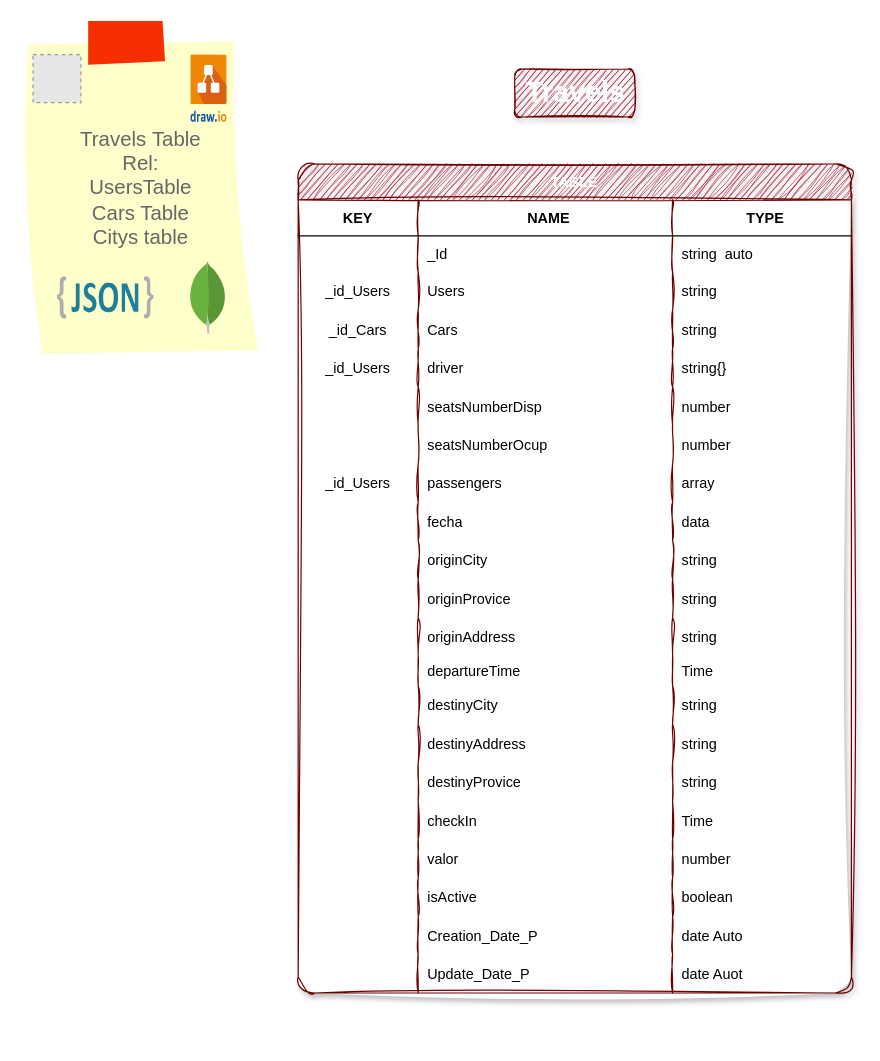
Above: page "Travels" (5 of 9) of server/diseños/EstructuraDB.drawio in No-Country-simulation/c17-29-n-node (draw.io), before the change. Source tidied: cells renumbered, new cells numbered last; positions are measured from the earlier drawing's top-left corner, leaving out a move shared by most shapes. Both pictures are drawn from the tidied source at 120%, with x=0, y=0 at pixel (20, 20). Pictures stored in the file or linked from it are replaced by grey dashed boxes.
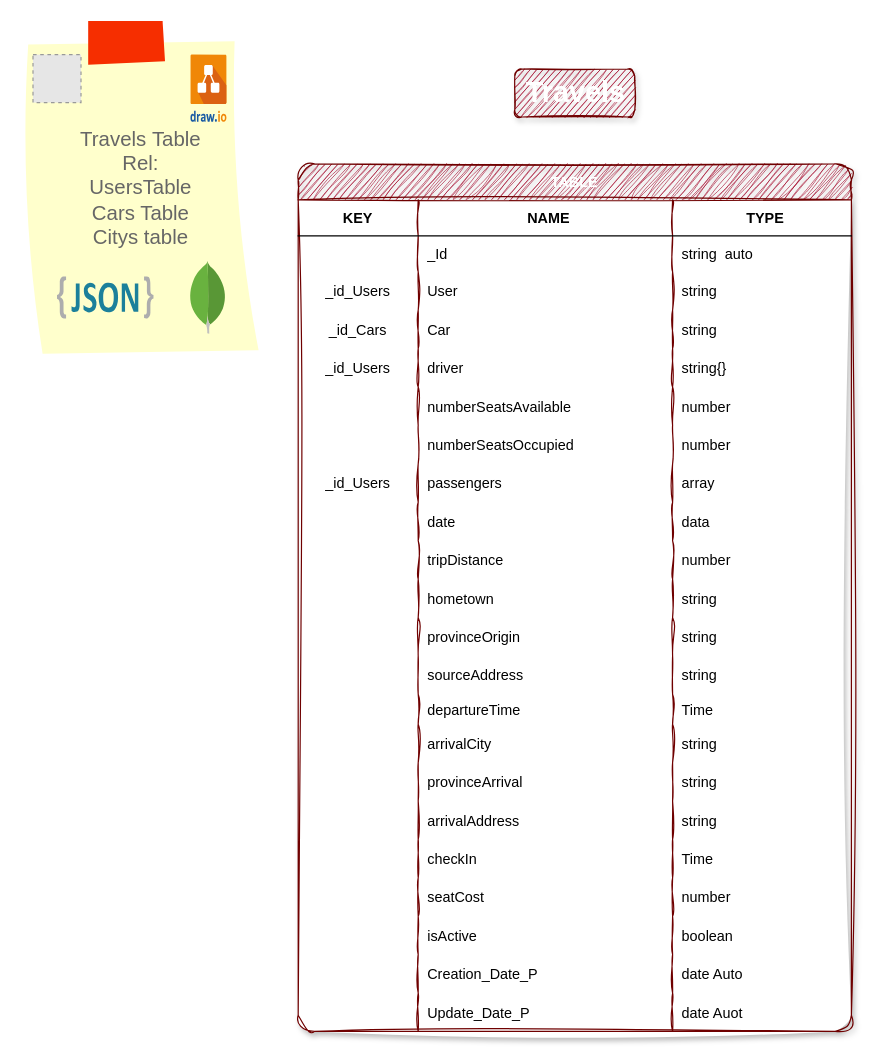
After the change.

The change refers to these unchanged cells:
```xml
<mxCell id="11" style="shape=tableRow;horizontal=0;startSize=0;swimlaneHead=0;swimlaneBody=0;fillColor=none;top=0;left=0;right=0;bottom=0;" parent="2" vertex="1">
  <mxGeometry y="90" width="461" height="32" as="geometry" />
</mxCell>
<mxCell id="15" style="shape=tableRow;horizontal=0;startSize=0;swimlaneHead=0;swimlaneBody=0;fillColor=none;top=0;left=0;right=0;bottom=0;" parent="2" vertex="1">
  <mxGeometry y="122" width="461" height="32" as="geometry" />
</mxCell>
<mxCell id="23" style="shape=tableRow;horizontal=0;startSize=0;swimlaneHead=0;swimlaneBody=0;fillColor=none;top=0;left=0;right=0;bottom=0;" parent="2" vertex="1">
  <mxGeometry y="186" width="461" height="32" as="geometry" />
</mxCell>
<mxCell id="27" style="shape=tableRow;horizontal=0;startSize=0;swimlaneHead=0;swimlaneBody=0;fillColor=none;top=0;left=0;right=0;bottom=0;" parent="2" vertex="1">
  <mxGeometry y="218" width="461" height="32" as="geometry" />
</mxCell>
<mxCell id="35" style="shape=tableRow;horizontal=0;startSize=0;swimlaneHead=0;swimlaneBody=0;fillColor=none;top=0;left=0;right=0;bottom=0;" parent="2" vertex="1">
  <mxGeometry y="282" width="461" height="32" as="geometry" />
</mxCell>
```

Change to the diagram source:
```diff
@@
     <mxCell id="2" value="TABLE" style="shape=table;startSize=30;childLayout=tableLayout;rowLines=0;fontStyle=1;align=center;swimlaneFillColor=default;fillColor=#a20025;fontColor=#ffffff;strokeColor=#6F0000;sketch=1;curveFitting=1;jiggle=2;swimlaneLine=1;rounded=1;shadow=1;" parent="1" vertex="1">
-      <mxGeometry x="231" y="119" width="461" height="691" as="geometry" />
+      <mxGeometry x="231" y="119" width="461" height="723" as="geometry" />
     </mxCell>
@@
-    <mxCell id="13" value="Users" style="shape=partialRectangle;fillColor=none;top=0;left=0;bottom=0;right=0;align=left;spacingLeft=6;overflow=hidden;" parent="11" vertex="1">
+    <mxCell id="13" value="User" style="shape=partialRectangle;fillColor=none;top=0;left=0;bottom=0;right=0;align=left;spacingLeft=6;overflow=hidden;" parent="11" vertex="1">
       <mxGeometry x="100" width="212" height="32" as="geometry" />
     </mxCell>
@@
-    <mxCell id="17" value="Cars" style="shape=partialRectangle;fillColor=none;top=0;left=0;bottom=0;right=0;align=left;spacingLeft=6;overflow=hidden;" parent="15" vertex="1">
+    <mxCell id="17" value="Car" style="shape=partialRectangle;fillColor=none;top=0;left=0;bottom=0;right=0;align=left;spacingLeft=6;overflow=hidden;" parent="15" vertex="1">
       <mxGeometry x="100" width="212" height="32" as="geometry" />
     </mxCell>
@@
-    <mxCell id="25" value="seatsNumberDisp" style="shape=partialRectangle;fillColor=none;top=0;left=0;bottom=0;right=0;align=left;spacingLeft=6;overflow=hidden;" parent="23" vertex="1">
+    <mxCell id="25" value="numberSeatsAvailable" style="shape=partialRectangle;fillColor=none;top=0;left=0;bottom=0;right=0;align=left;spacingLeft=6;overflow=hidden;" parent="23" vertex="1">
       <mxGeometry x="100" width="212" height="32" as="geometry" />
     </mxCell>
@@
-    <mxCell id="29" value="seatsNumberOcup" style="shape=partialRectangle;fillColor=none;top=0;left=0;bottom=0;right=0;align=left;spacingLeft=6;overflow=hidden;" parent="27" vertex="1">
+    <mxCell id="29" value="numberSeatsOccupied" style="shape=partialRectangle;fillColor=none;top=0;left=0;bottom=0;right=0;align=left;spacingLeft=6;overflow=hidden;" parent="27" vertex="1">
       <mxGeometry x="100" width="212" height="32" as="geometry" />
     </mxCell>
@@
-    <mxCell id="37" value="fecha " style="shape=partialRectangle;fillColor=none;top=0;left=0;bottom=0;right=0;align=left;spacingLeft=6;overflow=hidden;" parent="35" vertex="1">
+    <mxCell id="37" value="date" style="shape=partialRectangle;fillColor=none;top=0;left=0;bottom=0;right=0;align=left;spacingLeft=6;overflow=hidden;" parent="35" vertex="1">
       <mxGeometry x="100" width="212" height="32" as="geometry" />
     </mxCell>
@@
+    <mxCell id="94" style="shape=tableRow;horizontal=0;startSize=0;swimlaneHead=0;swimlaneBody=0;fillColor=none;top=0;left=0;right=0;bottom=0;" parent="2" vertex="1">
+      <mxGeometry y="314" width="461" height="32" as="geometry" />
+    </mxCell>
+    <mxCell id="95" style="shape=partialRectangle;fillColor=none;top=0;left=0;bottom=0;right=0;overflow=hidden;" parent="94" vertex="1">
+      <mxGeometry width="100" height="32" as="geometry" />
+    </mxCell>
+    <mxCell id="96" value="tripDistance" style="shape=partialRectangle;fillColor=none;top=0;left=0;bottom=0;right=0;align=left;spacingLeft=6;overflow=hidden;" parent="94" vertex="1">
+      <mxGeometry x="100" width="212" height="32" as="geometry" />
+    </mxCell>
+    <mxCell id="97" value="number" style="shape=partialRectangle;fillColor=none;top=0;left=0;bottom=0;right=0;align=left;spacingLeft=6;overflow=hidden;" parent="94" vertex="1">
+      <mxGeometry x="312" width="149" height="32" as="geometry" />
+    </mxCell>
     <mxCell id="39" style="shape=tableRow;horizontal=0;startSize=0;swimlaneHead=0;swimlaneBody=0;fillColor=none;top=0;left=0;right=0;bottom=0;" parent="2" vertex="1">
-      <mxGeometry y="314" width="461" height="32" as="geometry" />
+      <mxGeometry y="346" width="461" height="32" as="geometry" />
     </mxCell>
@@
-    <mxCell id="41" value="originCity" style="shape=partialRectangle;fillColor=none;top=0;left=0;bottom=0;right=0;align=left;spacingLeft=6;overflow=hidden;" parent="39" vertex="1">
+    <mxCell id="41" value="hometown" style="shape=partialRectangle;fillColor=none;top=0;left=0;bottom=0;right=0;align=left;spacingLeft=6;overflow=hidden;" parent="39" vertex="1">
       <mxGeometry x="100" width="212" height="32" as="geometry" />
     </mxCell>
@@
     <mxCell id="43" style="shape=tableRow;horizontal=0;startSize=0;swimlaneHead=0;swimlaneBody=0;fillColor=none;top=0;left=0;right=0;bottom=0;" parent="2" vertex="1">
-      <mxGeometry y="346" width="461" height="32" as="geometry" />
+      <mxGeometry y="378" width="461" height="32" as="geometry" />
     </mxCell>
@@
-    <mxCell id="45" value="originProvice" style="shape=partialRectangle;fillColor=none;top=0;left=0;bottom=0;right=0;align=left;spacingLeft=6;overflow=hidden;" parent="43" vertex="1">
+    <mxCell id="45" value="provinceOrigin" style="shape=partialRectangle;fillColor=none;top=0;left=0;bottom=0;right=0;align=left;spacingLeft=6;overflow=hidden;" parent="43" vertex="1">
       <mxGeometry x="100" width="212" height="32" as="geometry" />
     </mxCell>
@@
     <mxCell id="47" style="shape=tableRow;horizontal=0;startSize=0;swimlaneHead=0;swimlaneBody=0;fillColor=none;top=0;left=0;right=0;bottom=0;" parent="2" vertex="1">
-      <mxGeometry y="378" width="461" height="32" as="geometry" />
+      <mxGeometry y="410" width="461" height="32" as="geometry" />
     </mxCell>
@@
-    <mxCell id="49" value="originAddress" style="shape=partialRectangle;fillColor=none;top=0;left=0;bottom=0;right=0;align=left;spacingLeft=6;overflow=hidden;" parent="47" vertex="1">
+    <mxCell id="49" value="sourceAddress" style="shape=partialRectangle;fillColor=none;top=0;left=0;bottom=0;right=0;align=left;spacingLeft=6;overflow=hidden;" parent="47" vertex="1">
       <mxGeometry x="100" width="212" height="32" as="geometry" />
     </mxCell>
@@
     <mxCell id="51" style="shape=tableRow;horizontal=0;startSize=0;swimlaneHead=0;swimlaneBody=0;fillColor=none;top=0;left=0;right=0;bottom=0;" parent="2" vertex="1">
-      <mxGeometry y="410" width="461" height="25" as="geometry" />
+      <mxGeometry y="442" width="461" height="25" as="geometry" />
     </mxCell>
@@
     <mxCell id="55" style="shape=tableRow;horizontal=0;startSize=0;swimlaneHead=0;swimlaneBody=0;fillColor=none;top=0;left=0;right=0;bottom=0;" parent="2" vertex="1">
-      <mxGeometry y="435" width="461" height="32" as="geometry" />
+      <mxGeometry y="467" width="461" height="32" as="geometry" />
     </mxCell>
@@
-    <mxCell id="57" value="destinyCity" style="shape=partialRectangle;fillColor=none;top=0;left=0;bottom=0;right=0;align=left;spacingLeft=6;overflow=hidden;" parent="55" vertex="1">
+    <mxCell id="57" value="arrivalCity" style="shape=partialRectangle;fillColor=none;top=0;left=0;bottom=0;right=0;align=left;spacingLeft=6;overflow=hidden;" parent="55" vertex="1">
       <mxGeometry x="100" width="212" height="32" as="geometry" />
     </mxCell>
@@
+    <mxCell id="63" style="shape=tableRow;horizontal=0;startSize=0;swimlaneHead=0;swimlaneBody=0;fillColor=none;top=0;left=0;right=0;bottom=0;" parent="2" vertex="1">
+      <mxGeometry y="499" width="461" height="32" as="geometry" />
+    </mxCell>
+    <mxCell id="64" style="shape=partialRectangle;fillColor=none;top=0;left=0;bottom=0;right=0;overflow=hidden;" parent="63" vertex="1">
+      <mxGeometry width="100" height="32" as="geometry" />
+    </mxCell>
+    <mxCell id="65" value="provinceArrival" style="shape=partialRectangle;fillColor=none;top=0;left=0;bottom=0;right=0;align=left;spacingLeft=6;overflow=hidden;" parent="63" vertex="1">
+      <mxGeometry x="100" width="212" height="32" as="geometry" />
+    </mxCell>
+    <mxCell id="66" value="string" style="shape=partialRectangle;fillColor=none;top=0;left=0;bottom=0;right=0;align=left;spacingLeft=6;overflow=hidden;" parent="63" vertex="1">
+      <mxGeometry x="312" width="149" height="32" as="geometry" />
+    </mxCell>
     <mxCell id="59" style="shape=tableRow;horizontal=0;startSize=0;swimlaneHead=0;swimlaneBody=0;fillColor=none;top=0;left=0;right=0;bottom=0;" parent="2" vertex="1">
-      <mxGeometry y="467" width="461" height="32" as="geometry" />
+      <mxGeometry y="531" width="461" height="32" as="geometry" />
     </mxCell>
@@
-    <mxCell id="61" value="destinyAddress" style="shape=partialRectangle;fillColor=none;top=0;left=0;bottom=0;right=0;align=left;spacingLeft=6;overflow=hidden;" parent="59" vertex="1">
+    <mxCell id="61" value="arrivalAddress" style="shape=partialRectangle;fillColor=none;top=0;left=0;bottom=0;right=0;align=left;spacingLeft=6;overflow=hidden;" parent="59" vertex="1">
       <mxGeometry x="100" width="212" height="32" as="geometry" />
     </mxCell>
@@
-    <mxCell id="63" style="shape=tableRow;horizontal=0;startSize=0;swimlaneHead=0;swimlaneBody=0;fillColor=none;top=0;left=0;right=0;bottom=0;" parent="2" vertex="1">
-      <mxGeometry y="499" width="461" height="32" as="geometry" />
-    </mxCell>
-    <mxCell id="64" style="shape=partialRectangle;fillColor=none;top=0;left=0;bottom=0;right=0;overflow=hidden;" parent="63" vertex="1">
-      <mxGeometry width="100" height="32" as="geometry" />
-    </mxCell>
-    <mxCell id="65" value="destinyProvice" style="shape=partialRectangle;fillColor=none;top=0;left=0;bottom=0;right=0;align=left;spacingLeft=6;overflow=hidden;" parent="63" vertex="1">
-      <mxGeometry x="100" width="212" height="32" as="geometry" />
-    </mxCell>
-    <mxCell id="66" value="string" style="shape=partialRectangle;fillColor=none;top=0;left=0;bottom=0;right=0;align=left;spacingLeft=6;overflow=hidden;" parent="63" vertex="1">
-      <mxGeometry x="312" width="149" height="32" as="geometry" />
-    </mxCell>
     <mxCell id="67" style="shape=tableRow;horizontal=0;startSize=0;swimlaneHead=0;swimlaneBody=0;fillColor=none;top=0;left=0;right=0;bottom=0;" parent="2" vertex="1">
-      <mxGeometry y="531" width="461" height="32" as="geometry" />
+      <mxGeometry y="563" width="461" height="32" as="geometry" />
     </mxCell>
@@
     <mxCell id="71" style="shape=tableRow;horizontal=0;startSize=0;swimlaneHead=0;swimlaneBody=0;fillColor=none;top=0;left=0;right=0;bottom=0;" parent="2" vertex="1">
-      <mxGeometry y="563" width="461" height="32" as="geometry" />
+      <mxGeometry y="595" width="461" height="32" as="geometry" />
     </mxCell>
@@
-    <mxCell id="73" value="valor" style="shape=partialRectangle;fillColor=none;top=0;left=0;bottom=0;right=0;align=left;spacingLeft=6;overflow=hidden;" parent="71" vertex="1">
+    <mxCell id="73" value="seatCost" style="shape=partialRectangle;fillColor=none;top=0;left=0;bottom=0;right=0;align=left;spacingLeft=6;overflow=hidden;" parent="71" vertex="1">
       <mxGeometry x="100" width="212" height="32" as="geometry" />
     </mxCell>
@@
     <mxCell id="75" style="shape=tableRow;horizontal=0;startSize=0;swimlaneHead=0;swimlaneBody=0;fillColor=none;top=0;left=0;right=0;bottom=0;" parent="2" vertex="1">
-      <mxGeometry y="595" width="461" height="32" as="geometry" />
+      <mxGeometry y="627" width="461" height="32" as="geometry" />
     </mxCell>
@@
     <mxCell id="79" style="shape=tableRow;horizontal=0;startSize=0;swimlaneHead=0;swimlaneBody=0;fillColor=none;top=0;left=0;right=0;bottom=0;" parent="2" vertex="1">
-      <mxGeometry y="627" width="461" height="32" as="geometry" />
+      <mxGeometry y="659" width="461" height="32" as="geometry" />
     </mxCell>
@@
     <mxCell id="83" style="shape=tableRow;horizontal=0;startSize=0;swimlaneHead=0;swimlaneBody=0;fillColor=none;top=0;left=0;right=0;bottom=0;" parent="2" vertex="1">
-      <mxGeometry y="659" width="461" height="32" as="geometry" />
+      <mxGeometry y="691" width="461" height="32" as="geometry" />
     </mxCell>
```
